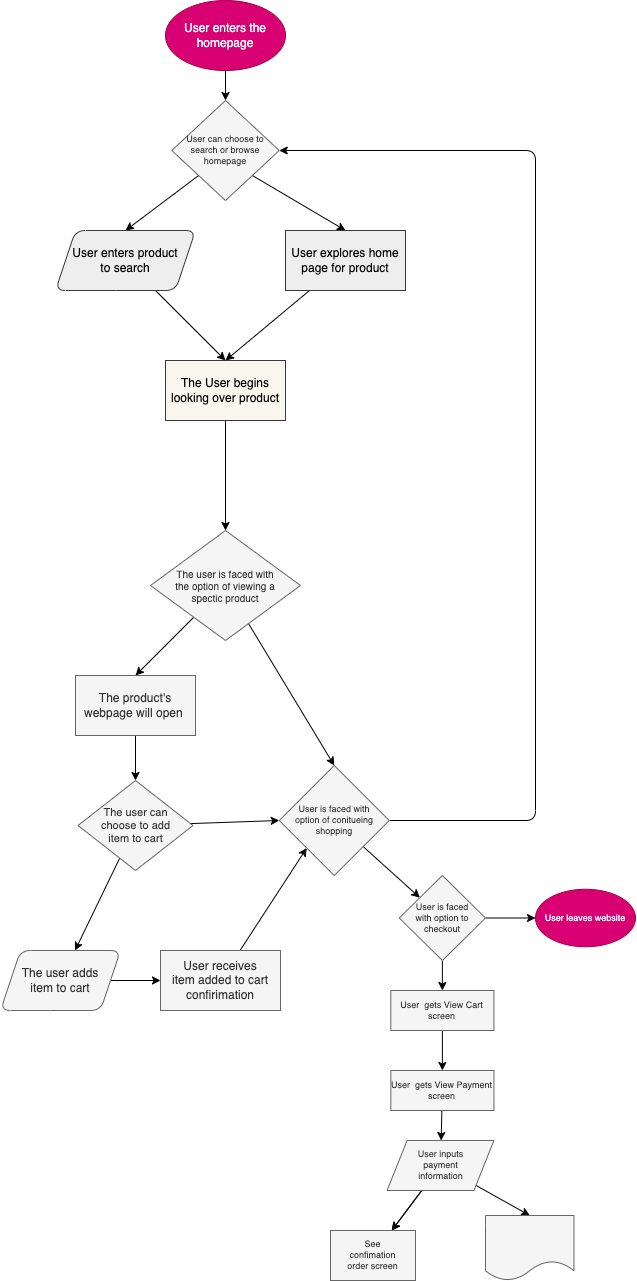
Before: explore/diagramming/diagram.drawio.png, a diagram exported from draw.io (Sean-Fuhrman/fa22-cse110-lab4). Source tidied: cells renumbered, new cells last; positions are measured from the earlier drawing's top-left corner, leaving out a move shared by most shapes. The source it was exported from:
```xml
<mxGraphModel>
  <root>
    <mxCell id="0" />
    <mxCell id="1" parent="0" />
    <mxCell id="2" style="edgeStyle=none;html=1;entryX=0.5;entryY=0;entryDx=0;entryDy=0;fontColor=#000000;" parent="1" edge="1" source="3" target="5">
      <mxGeometry relative="1" as="geometry" />
    </mxCell>
    <mxCell id="3" value="&lt;font color=&quot;#000000&quot;&gt;User explores home page for product&lt;br&gt;&lt;/font&gt;" style="rounded=0;whiteSpace=wrap;html=1;fillColor=#eeeeee;strokeColor=#36393d;fontColor=#0000000;" parent="1" vertex="1">
      <mxGeometry x="285" y="230" width="120" height="60" as="geometry" />
    </mxCell>
    <mxCell id="4" style="edgeStyle=none;html=1;entryX=0.5;entryY=0;entryDx=0;entryDy=0;fontSize=12;fontColor=#000000;" parent="1" edge="1" source="5">
      <mxGeometry relative="1" as="geometry">
        <mxPoint x="225" y="530" as="targetPoint" />
      </mxGeometry>
    </mxCell>
    <mxCell id="5" value="&lt;font color=&quot;#000000&quot;&gt;The User begins looking over product&lt;/font&gt;" style="rounded=0;whiteSpace=wrap;html=1;fillColor=#f9f7ed;strokeColor=#36393d;" parent="1" vertex="1">
      <mxGeometry x="165" y="360" width="120" height="60" as="geometry" />
    </mxCell>
    <mxCell id="6" style="edgeStyle=none;html=1;fontSize=12;fontColor=#000000;" parent="1" edge="1" source="7">
      <mxGeometry relative="1" as="geometry">
        <mxPoint x="225" y="100" as="targetPoint" />
      </mxGeometry>
    </mxCell>
    <mxCell id="7" value="User enters the homepage" style="ellipse;whiteSpace=wrap;html=1;rounded=0;glass=0;fontColor=#ffffff;fillColor=#d80073;strokeColor=#A50040;" parent="1" vertex="1">
      <mxGeometry x="165" width="120" height="70" as="geometry" />
    </mxCell>
    <mxCell id="8" style="edgeStyle=none;html=1;exitX=0;exitY=1;exitDx=0;exitDy=0;entryX=0.5;entryY=0;entryDx=0;entryDy=0;fontColor=#000000;" parent="1" edge="1" source="11">
      <mxGeometry relative="1" as="geometry">
        <mxPoint x="125" y="230" as="targetPoint" />
      </mxGeometry>
    </mxCell>
    <mxCell id="9" value="Search&amp;nbsp;" style="edgeLabel;html=1;align=center;verticalAlign=middle;fontSize=9;fontColor=#FFFFFF;" parent="8" vertex="1">
      <mxGeometry x="-0.24" y="-1" relative="1" as="geometry">
        <mxPoint x="-20" y="-5" as="offset" />
      </mxGeometry>
    </mxCell>
    <mxCell id="10" style="edgeStyle=none;html=1;exitX=1;exitY=1;exitDx=0;exitDy=0;entryX=0.5;entryY=0;entryDx=0;entryDy=0;fontColor=#000000;" parent="1" edge="1" source="11" target="3">
      <mxGeometry relative="1" as="geometry" />
    </mxCell>
    <mxCell id="11" value="User can choose to search or browse homepage" style="rhombus;whiteSpace=wrap;html=1;rounded=0;glass=0;fillColor=#f5f5f5;strokeColor=#666666;fontColor=#333333;spacingLeft=10;spacingRight=10;spacingBottom=10;spacingTop=10;fontSize=9;" parent="1" vertex="1">
      <mxGeometry x="171.2" y="100" width="107.5" height="100" as="geometry" />
    </mxCell>
    <mxCell id="12" style="edgeStyle=none;html=1;entryX=0.5;entryY=0;entryDx=0;entryDy=0;fontSize=12;fontColor=#000000;" parent="1" edge="1" source="13" target="5">
      <mxGeometry relative="1" as="geometry" />
    </mxCell>
    <mxCell id="13" value="&lt;div style=&quot;&quot;&gt;&lt;span style=&quot;background-color: initial;&quot;&gt;&lt;font style=&quot;font-size: 12px;&quot;&gt;User enters product to search&lt;/font&gt;&lt;/span&gt;&lt;/div&gt;" style="shape=parallelogram;perimeter=parallelogramPerimeter;whiteSpace=wrap;html=1;fixedSize=1;rounded=1;glass=0;fillColor=#eeeeee;strokeColor=#36393d;fontColor=#000000;align=center;verticalAlign=middle;textDirection=ltr;horizontal=1;spacingRight=10;spacingLeft=10;" parent="1" vertex="1">
      <mxGeometry x="55" y="230" width="140" height="60" as="geometry" />
    </mxCell>
    <mxCell id="14" style="edgeStyle=none;html=1;entryX=0.5;entryY=0;entryDx=0;entryDy=0;fontSize=12;fontColor=#000000;" parent="1" edge="1" target="17">
      <mxGeometry relative="1" as="geometry">
        <mxPoint x="225" y="600" as="sourcePoint" />
      </mxGeometry>
    </mxCell>
    <mxCell id="15" style="edgeStyle=none;html=1;fontSize=12;fontColor=#000000;entryX=0.5;entryY=0;entryDx=0;entryDy=0;" parent="1" edge="1" source="17" target="21">
      <mxGeometry relative="1" as="geometry" />
    </mxCell>
    <mxCell id="16" style="edgeStyle=none;html=1;entryX=0.5;entryY=0;entryDx=0;entryDy=0;fontSize=9;fontColor=#FFFFFF;" parent="1" edge="1" source="17" target="34">
      <mxGeometry relative="1" as="geometry" />
    </mxCell>
    <mxCell id="17" value="The user is faced with the option of viewing a spectic product" style="rhombus;whiteSpace=wrap;html=1;fillColor=#f5f5f5;strokeColor=#666666;fontColor=#333333;rounded=0;glass=0;spacing=22;fontSize=10;" parent="1" vertex="1">
      <mxGeometry x="150" y="530" width="150" height="110" as="geometry" />
    </mxCell>
    <mxCell id="18" style="edgeStyle=none;html=1;fontSize=12;fontColor=#000000;" parent="1" edge="1" source="19" target="23">
      <mxGeometry relative="1" as="geometry" />
    </mxCell>
    <mxCell id="19" value="The user adds item to cart" style="shape=parallelogram;perimeter=parallelogramPerimeter;whiteSpace=wrap;html=1;fixedSize=1;rounded=1;glass=0;fontSize=12;fontColor=#333333;fillColor=#f5f5f5;strokeColor=#666666;spacingLeft=10;spacingRight=10;" parent="1" vertex="1">
      <mxGeometry y="950" width="120" height="60" as="geometry" />
    </mxCell>
    <mxCell id="20" style="edgeStyle=none;html=1;entryX=0.5;entryY=0;entryDx=0;entryDy=0;fontSize=11;fontColor=#FFFFFF;" parent="1" edge="1" source="21" target="26">
      <mxGeometry relative="1" as="geometry" />
    </mxCell>
    <mxCell id="21" value="The product's webpage will open&amp;nbsp;" style="whiteSpace=wrap;html=1;fillColor=#f5f5f5;strokeColor=#666666;fontColor=#333333;rounded=0;glass=0;" parent="1" vertex="1">
      <mxGeometry x="75" y="675" width="120" height="60" as="geometry" />
    </mxCell>
    <mxCell id="22" style="edgeStyle=none;html=1;entryX=0;entryY=1;entryDx=0;entryDy=0;fontSize=9;fontColor=#FFFFFF;" parent="1" edge="1" source="23" target="34">
      <mxGeometry relative="1" as="geometry" />
    </mxCell>
    <mxCell id="23" value="User receives item added to cart confirimation" style="whiteSpace=wrap;html=1;fillColor=#f5f5f5;strokeColor=#666666;fontColor=#333333;rounded=0;glass=0;spacingLeft=10;spacingRight=10;" parent="1" vertex="1">
      <mxGeometry x="160" y="950" width="120" height="60" as="geometry" />
    </mxCell>
    <mxCell id="24" style="edgeStyle=none;html=1;fontSize=12;fontColor=#000000;" parent="1" edge="1" source="26" target="19">
      <mxGeometry relative="1" as="geometry" />
    </mxCell>
    <mxCell id="25" style="edgeStyle=none;html=1;fontSize=10;fontColor=#FFFFFF;entryX=0;entryY=0.5;entryDx=0;entryDy=0;" parent="1" edge="1" source="26" target="34">
      <mxGeometry relative="1" as="geometry" />
    </mxCell>
    <mxCell id="26" value="The user can choose to add item to cart" style="rhombus;whiteSpace=wrap;html=1;rounded=0;glass=0;fontSize=11;fontColor=#333333;fillColor=#f5f5f5;strokeColor=#666666;spacing=14;" parent="1" vertex="1">
      <mxGeometry x="77.5" y="780" width="115" height="90" as="geometry" />
    </mxCell>
    <mxCell id="27" value="Browse" style="edgeLabel;html=1;align=center;verticalAlign=middle;fontSize=9;fontColor=#FFFFFF;" parent="1" vertex="1">
      <mxGeometry x="315" y="190" as="geometry" />
    </mxCell>
    <mxCell id="28" value="Yes" style="text;html=1;align=center;verticalAlign=middle;strokeColor=none;fillColor=none;fontSize=10;fontColor=#FFFFFF;" parent="1" vertex="1">
      <mxGeometry x="120" y="615" width="40" height="30" as="geometry" />
    </mxCell>
    <mxCell id="29" value="No" style="text;html=1;align=center;verticalAlign=middle;strokeColor=none;fillColor=none;fontSize=10;fontColor=#FFFFFF;" parent="1" vertex="1">
      <mxGeometry x="285" y="670" width="40" height="30" as="geometry" />
    </mxCell>
    <mxCell id="30" value="Yes" style="text;html=1;align=center;verticalAlign=middle;strokeColor=none;fillColor=none;fontSize=11;fontColor=#FFFFFF;rounded=0;glass=0;" parent="1" vertex="1">
      <mxGeometry x="55" y="875" width="40" height="30" as="geometry" />
    </mxCell>
    <mxCell id="31" value="No" style="text;html=1;align=center;verticalAlign=middle;strokeColor=none;fillColor=none;fontSize=11;fontColor=#FFFFFF;" parent="1" vertex="1">
      <mxGeometry x="205" y="790" width="40" height="30" as="geometry" />
    </mxCell>
    <mxCell id="32" style="edgeStyle=none;html=1;fontSize=9;fontColor=#FFFFFF;entryX=1;entryY=0.5;entryDx=0;entryDy=0;" parent="1" edge="1" source="34" target="11">
      <mxGeometry relative="1" as="geometry">
        <Array as="points">
          <mxPoint x="535" y="820" />
          <mxPoint x="535" y="150" />
        </Array>
      </mxGeometry>
    </mxCell>
    <mxCell id="33" style="edgeStyle=none;html=1;fontSize=9;fontColor=#FFFFFF;" parent="1" edge="1" source="34" target="38">
      <mxGeometry relative="1" as="geometry" />
    </mxCell>
    <mxCell id="34" value="User is faced with option of conitueing shopping" style="rhombus;whiteSpace=wrap;html=1;rounded=0;glass=0;fontSize=9;fontColor=#333333;fillColor=#f5f5f5;strokeColor=#666666;spacing=13;" parent="1" vertex="1">
      <mxGeometry x="278.8" y="765" width="110" height="110" as="geometry" />
    </mxCell>
    <mxCell id="35" value="User continues shopping" style="text;html=1;align=center;verticalAlign=middle;strokeColor=none;fillColor=none;fontSize=9;fontColor=#FFFFFF;" parent="1" vertex="1">
      <mxGeometry x="388.8" y="795" width="120" height="20" as="geometry" />
    </mxCell>
    <mxCell id="36" style="edgeStyle=none;html=1;fontSize=9;fontColor=#FFFFFF;" parent="1" edge="1" source="38" target="39">
      <mxGeometry relative="1" as="geometry" />
    </mxCell>
    <mxCell id="37" style="edgeStyle=none;html=1;fontSize=9;fontColor=#FFFFFF;" parent="1" edge="1" source="38" target="41">
      <mxGeometry relative="1" as="geometry" />
    </mxCell>
    <mxCell id="38" value="User is faced with option to checkout" style="rhombus;whiteSpace=wrap;html=1;rounded=0;glass=0;fontSize=9;fontColor=#333333;fillColor=#f5f5f5;strokeColor=#666666;spacing=13;" parent="1" vertex="1">
      <mxGeometry x="398.8" y="875" width="86.2" height="85" as="geometry" />
    </mxCell>
    <mxCell id="39" value="User leaves website" style="ellipse;whiteSpace=wrap;html=1;rounded=0;glass=0;fontSize=9;fontColor=#ffffff;fillColor=#d80073;strokeColor=#A50040;" parent="1" vertex="1">
      <mxGeometry x="535" y="888.8" width="100" height="57.5" as="geometry" />
    </mxCell>
    <mxCell id="40" style="edgeStyle=none;html=1;fontSize=9;fontColor=#FFFFFF;entryX=0.5;entryY=0;entryDx=0;entryDy=0;" parent="1" edge="1" source="41" target="43">
      <mxGeometry relative="1" as="geometry" />
    </mxCell>
    <mxCell id="41" value="User&amp;nbsp; gets View Cart screen" style="rounded=0;whiteSpace=wrap;html=1;glass=0;fontSize=9;fontColor=#333333;fillColor=#f5f5f5;strokeColor=#666666;" parent="1" vertex="1">
      <mxGeometry x="390.3" y="990" width="103.1" height="40" as="geometry" />
    </mxCell>
    <mxCell id="42" style="edgeStyle=none;html=1;fontSize=9;fontColor=#FFFFFF;" parent="1" edge="1" source="43" target="47">
      <mxGeometry relative="1" as="geometry" />
    </mxCell>
    <mxCell id="43" value="User&amp;nbsp; gets View Payment screen" style="rounded=0;whiteSpace=wrap;html=1;glass=0;fontSize=9;fontColor=#333333;fillColor=#f5f5f5;strokeColor=#666666;" parent="1" vertex="1">
      <mxGeometry x="390.3" y="1070" width="103.1" height="40" as="geometry" />
    </mxCell>
    <mxCell id="44" style="edgeStyle=none;html=1;fontSize=9;fontColor=#FFFFFF;" parent="1" edge="1" source="47" target="48">
      <mxGeometry relative="1" as="geometry" />
    </mxCell>
    <mxCell id="45" style="edgeStyle=none;html=1;fontSize=9;fontColor=#FFFFFF;" parent="1" edge="1" source="47" target="48">
      <mxGeometry relative="1" as="geometry" />
    </mxCell>
    <mxCell id="46" style="edgeStyle=none;html=1;entryX=0.5;entryY=0;entryDx=0;entryDy=0;fontSize=9;fontColor=#FFFFFF;" parent="1" edge="1" source="47" target="49">
      <mxGeometry relative="1" as="geometry" />
    </mxCell>
    <mxCell id="47" value="User inputs payment information" style="shape=parallelogram;perimeter=parallelogramPerimeter;whiteSpace=wrap;html=1;fixedSize=1;fontSize=9;fillColor=#f5f5f5;strokeColor=#666666;fontColor=#333333;rounded=0;glass=0;spacing=16;" parent="1" vertex="1">
      <mxGeometry x="386.6" y="1140" width="106.9" height="50" as="geometry" />
    </mxCell>
    <mxCell id="48" value="See confimation order screen" style="whiteSpace=wrap;html=1;fontSize=9;fillColor=#f5f5f5;strokeColor=#666666;fontColor=#333333;rounded=0;glass=0;spacing=16;" parent="1" vertex="1">
      <mxGeometry x="330" y="1230" width="85" height="50" as="geometry" />
    </mxCell>
    <mxCell id="49" style="shape=document;whiteSpace=wrap;html=1;boundedLbl=1;fontSize=9;fillColor=#f5f5f5;strokeColor=#666666;fontColor=#333333;rounded=0;glass=0;spacing=16;" parent="1" vertex="1">
      <mxGeometry x="485" y="1215" width="88.4" height="65" as="geometry" />
    </mxCell>
  </root>
</mxGraphModel>
```
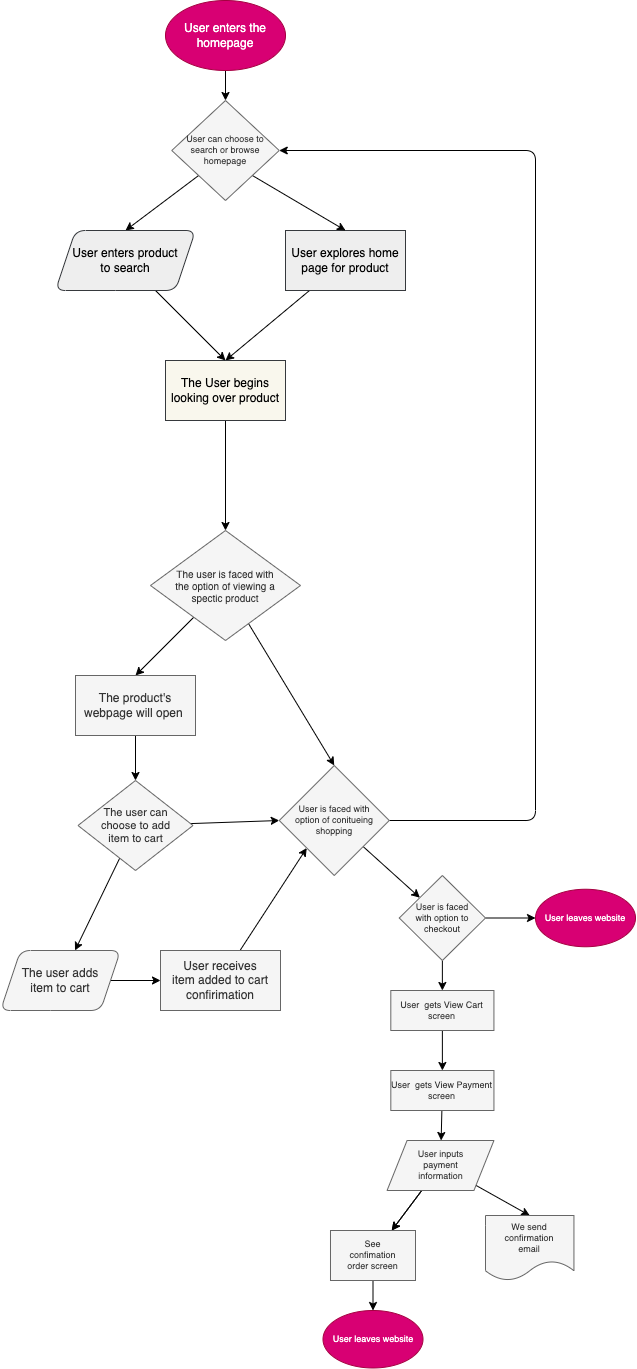
Above is the later version.

What changed in the source:
```diff
@@ -155,11 +155,17 @@
     <mxCell id="47" value="User inputs payment information" style="shape=parallelogram;perimeter=parallelogramPerimeter;whiteSpace=wrap;html=1;fixedSize=1;fontSize=9;fillColor=#f5f5f5;strokeColor=#666666;fontColor=#333333;rounded=0;glass=0;spacing=16;" parent="1" vertex="1">
       <mxGeometry x="386.6" y="1140" width="106.9" height="50" as="geometry" />
     </mxCell>
+    <mxCell id="50" style="edgeStyle=none;html=1;fontSize=9;fontColor=#FFFFFF;" parent="1" edge="1" source="48" target="51">
+      <mxGeometry relative="1" as="geometry" />
+    </mxCell>
     <mxCell id="48" value="See confimation order screen" style="whiteSpace=wrap;html=1;fontSize=9;fillColor=#f5f5f5;strokeColor=#666666;fontColor=#333333;rounded=0;glass=0;spacing=16;" parent="1" vertex="1">
       <mxGeometry x="330" y="1230" width="85" height="50" as="geometry" />
     </mxCell>
-    <mxCell id="49" style="shape=document;whiteSpace=wrap;html=1;boundedLbl=1;fontSize=9;fillColor=#f5f5f5;strokeColor=#666666;fontColor=#333333;rounded=0;glass=0;spacing=16;" parent="1" vertex="1">
+    <mxCell id="49" value="We send confirmation email" style="shape=document;whiteSpace=wrap;html=1;boundedLbl=1;fontSize=9;fillColor=#f5f5f5;strokeColor=#666666;fontColor=#333333;rounded=0;glass=0;spacing=16;" parent="1" vertex="1">
       <mxGeometry x="485" y="1215" width="88.4" height="65" as="geometry" />
     </mxCell>
+    <mxCell id="51" value="User leaves website" style="ellipse;whiteSpace=wrap;html=1;rounded=0;glass=0;fontSize=9;fontColor=#ffffff;fillColor=#d80073;strokeColor=#A50040;" parent="1" vertex="1">
+      <mxGeometry x="322.5" y="1310" width="100" height="57.5" as="geometry" />
+    </mxCell>
   </root>
 </mxGraphModel>
```
